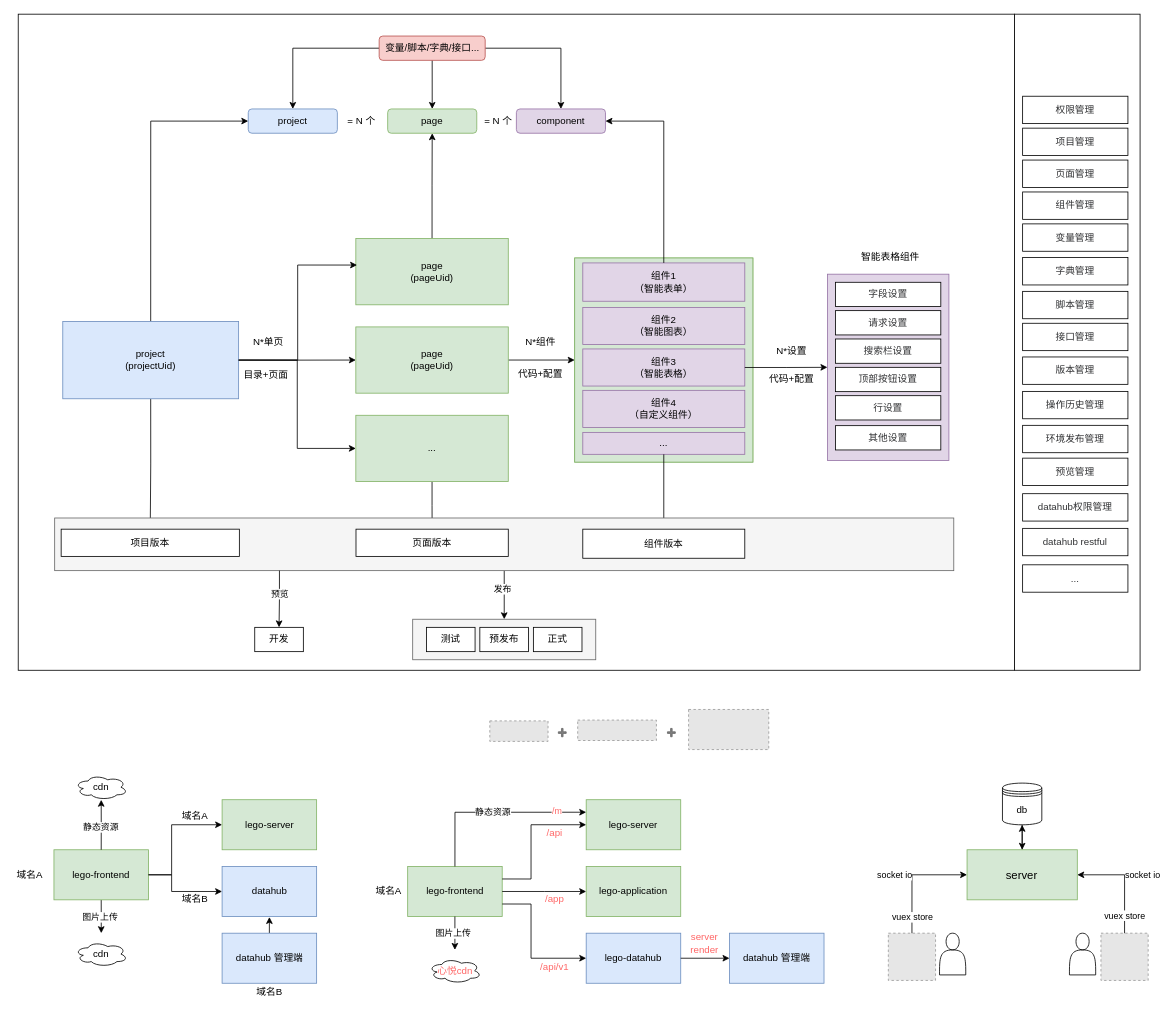
axtrur/resource keeps this draw.io diagram as lego.drawio. Above is the earlier version. Source tidied: cells renumbered, new cells numbered last; positions are measured from the earlier drawing's top-left corner, leaving out a move shared by most shapes. Both pictures are drawn from the tidied source at 81%, with x=0, y=0 at pixel (14, 14). Pictures stored in the file or linked from it are replaced by grey dashed boxes.
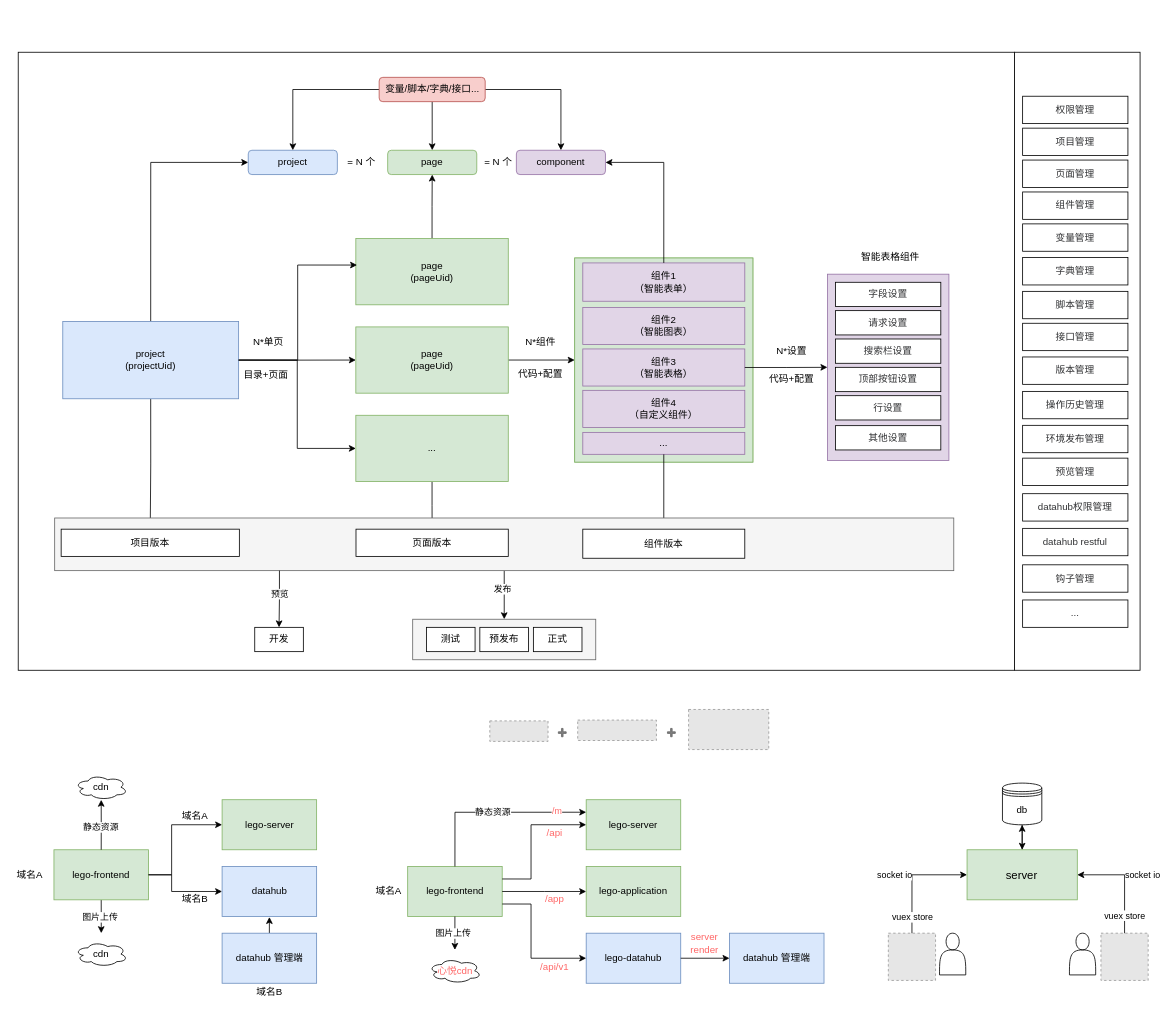
After the change.

The edit, as a diff of the source:
```diff
@@
     <mxCell id="2" style="rounded=0;whiteSpace=wrap;html=1;" parent="1" vertex="1">
-      <mxGeometry x="1235" width="155" height="810" as="geometry" />
+      <mxGeometry x="1235" y="47" width="155" height="763" as="geometry" />
     </mxCell>
     <mxCell id="3" style="rounded=0;whiteSpace=wrap;html=1;" parent="1" vertex="1">
-      <mxGeometry x="5" width="1230" height="810" as="geometry" />
+      <mxGeometry x="5" y="47" width="1230" height="763" as="geometry" />
     </mxCell>
@@
     <mxCell id="18" value="&lt;span&gt;project&lt;/span&gt;" style="rounded=1;whiteSpace=wrap;html=1;fillColor=#dae8fc;strokeColor=#6c8ebf;" parent="1" vertex="1">
-      <mxGeometry x="289" y="117" width="110" height="30" as="geometry" />
+      <mxGeometry x="289" y="168" width="110" height="30" as="geometry" />
     </mxCell>
     <mxCell id="19" value="= N 个" style="text;html=1;strokeColor=none;fillColor=none;align=center;verticalAlign=middle;whiteSpace=wrap;rounded=0;" parent="1" vertex="1">
-      <mxGeometry x="404" y="122" width="50" height="20" as="geometry" />
+      <mxGeometry x="404" y="173" width="50" height="20" as="geometry" />
     </mxCell>
     <mxCell id="20" value="&lt;span&gt;page&lt;/span&gt;" style="rounded=1;whiteSpace=wrap;html=1;fillColor=#d5e8d4;strokeColor=#82b366;" parent="1" vertex="1">
-      <mxGeometry x="461.1" y="117" width="110" height="30" as="geometry" />
+      <mxGeometry x="461.1" y="168" width="110" height="30" as="geometry" />
     </mxCell>
@@
     <mxCell id="37" value="&lt;span&gt;component&lt;/span&gt;" style="rounded=1;whiteSpace=wrap;html=1;fillColor=#e1d5e7;strokeColor=#9673a6;" parent="1" vertex="1">
-      <mxGeometry x="620" y="117" width="110" height="30" as="geometry" />
+      <mxGeometry x="620" y="168" width="110" height="30" as="geometry" />
     </mxCell>
     <mxCell id="38" value="= N 个" style="text;html=1;strokeColor=none;fillColor=none;align=center;verticalAlign=middle;whiteSpace=wrap;rounded=0;" parent="1" vertex="1">
-      <mxGeometry x="578" y="122" width="40" height="20" as="geometry" />
+      <mxGeometry x="578" y="173" width="40" height="20" as="geometry" />
     </mxCell>
@@
     <mxCell id="52" value="变量/脚本/字典/接口..." style="rounded=1;whiteSpace=wrap;html=1;fillColor=#f8cecc;strokeColor=#b85450;" parent="1" vertex="1">
-      <mxGeometry x="450.6" y="27" width="130.9" height="30" as="geometry" />
+      <mxGeometry x="450.6" y="78" width="130.9" height="30" as="geometry" />
     </mxCell>
@@
-    <mxCell id="69" value="&lt;font color=&quot;#303133&quot; face=&quot;avenir, helvetica, arial, sans-serif&quot;&gt;&lt;span style=&quot;background-color: rgb(255 , 255 , 255)&quot;&gt;...&lt;/span&gt;&lt;/font&gt;" style="rounded=0;whiteSpace=wrap;html=1;" parent="1" vertex="1">
+    <mxCell id="69" value="&lt;font color=&quot;#303133&quot; face=&quot;avenir, helvetica, arial, sans-serif&quot;&gt;&lt;span style=&quot;background-color: rgb(255 , 255 , 255)&quot;&gt;钩子管理&lt;/span&gt;&lt;/font&gt;" style="rounded=0;whiteSpace=wrap;html=1;" parent="1" vertex="1">
       <mxGeometry x="1245" y="679.8" width="130" height="33.8" as="geometry" />
     </mxCell>
@@
+    <mxCell id="134" value="&lt;font color=&quot;#303133&quot; face=&quot;avenir, helvetica, arial, sans-serif&quot;&gt;&lt;span style=&quot;background-color: rgb(255 , 255 , 255)&quot;&gt;...&lt;/span&gt;&lt;/font&gt;" style="rounded=0;whiteSpace=wrap;html=1;" parent="1" vertex="1">
+      <mxGeometry x="1245" y="723.2" width="130" height="33.8" as="geometry" />
+    </mxCell>
```
